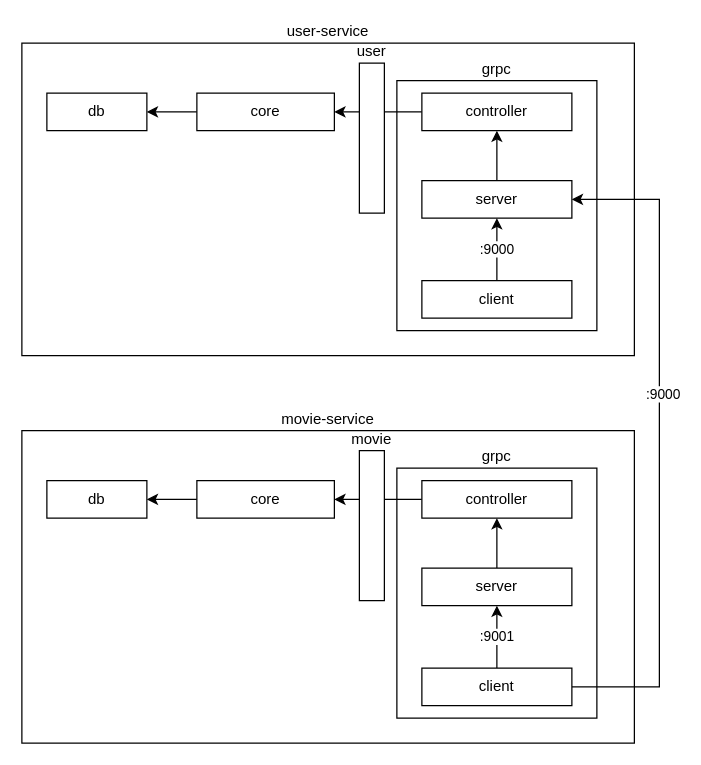
Above: structure.drawio in petersantoso94/golang-microservices (draw.io), before the change. Source tidied: cells renumbered, new cells numbered last; positions are measured from the earlier drawing's top-left corner, leaving out a move shared by most shapes. Both pictures are drawn from the tidied source at 125%, with x=0, y=0 at pixel (21, 42).
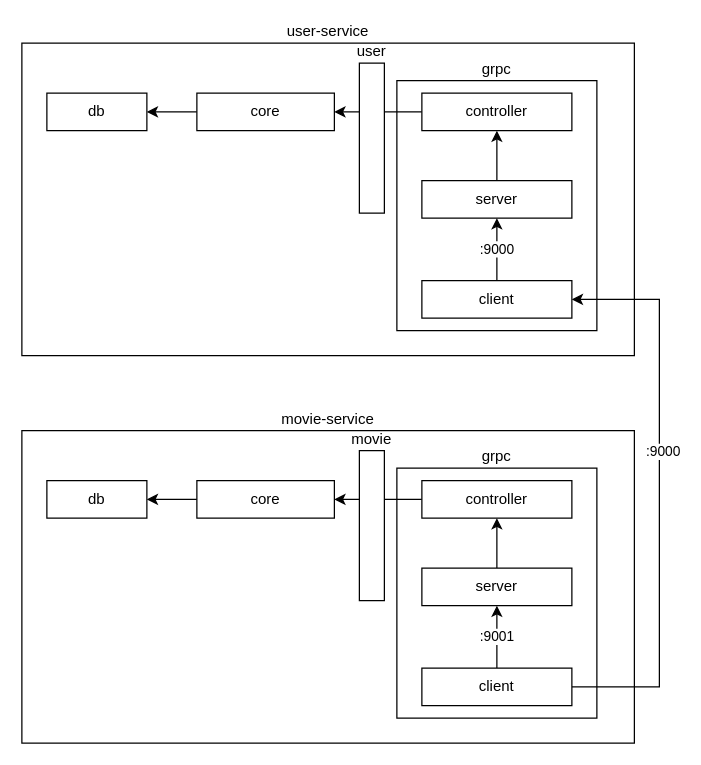
Above is the later version.

Unchanged cells that the change refers to:
```xml
<mxCell id="8" value="server" style="rounded=0;whiteSpace=wrap;html=1;" parent="1" vertex="1">
  <mxGeometry x="320" y="110" width="120" height="30" as="geometry" />
</mxCell>
<mxCell id="10" value="client" style="rounded=0;whiteSpace=wrap;html=1;" parent="1" vertex="1">
  <mxGeometry x="320" y="190" width="120" height="30" as="geometry" />
</mxCell>
<mxCell id="24" value="client" style="rounded=0;whiteSpace=wrap;html=1;" parent="1" vertex="1">
  <mxGeometry x="320" y="500" width="120" height="30" as="geometry" />
</mxCell>
```

Diff of the diagram source:
```diff
@@
-    <mxCell id="22" style="edgeStyle=orthogonalEdgeStyle;rounded=0;jettySize=auto;html=1;entryX=1;entryY=0.5;entryDx=0;entryDy=0;" parent="1" edge="1" source="24" target="8">
+    <mxCell id="22" style="edgeStyle=orthogonalEdgeStyle;rounded=0;jettySize=auto;html=1;entryX=1;entryY=0.5;entryDx=0;entryDy=0;" parent="1" edge="1" source="24" target="10">
       <mxGeometry relative="1" as="geometry">
         <Array as="points">
           <mxPoint x="510" y="515" />
-          <mxPoint x="510" y="125" />
+          <mxPoint x="510" y="205" />
         </Array>
       </mxGeometry>
     </mxCell>
```
